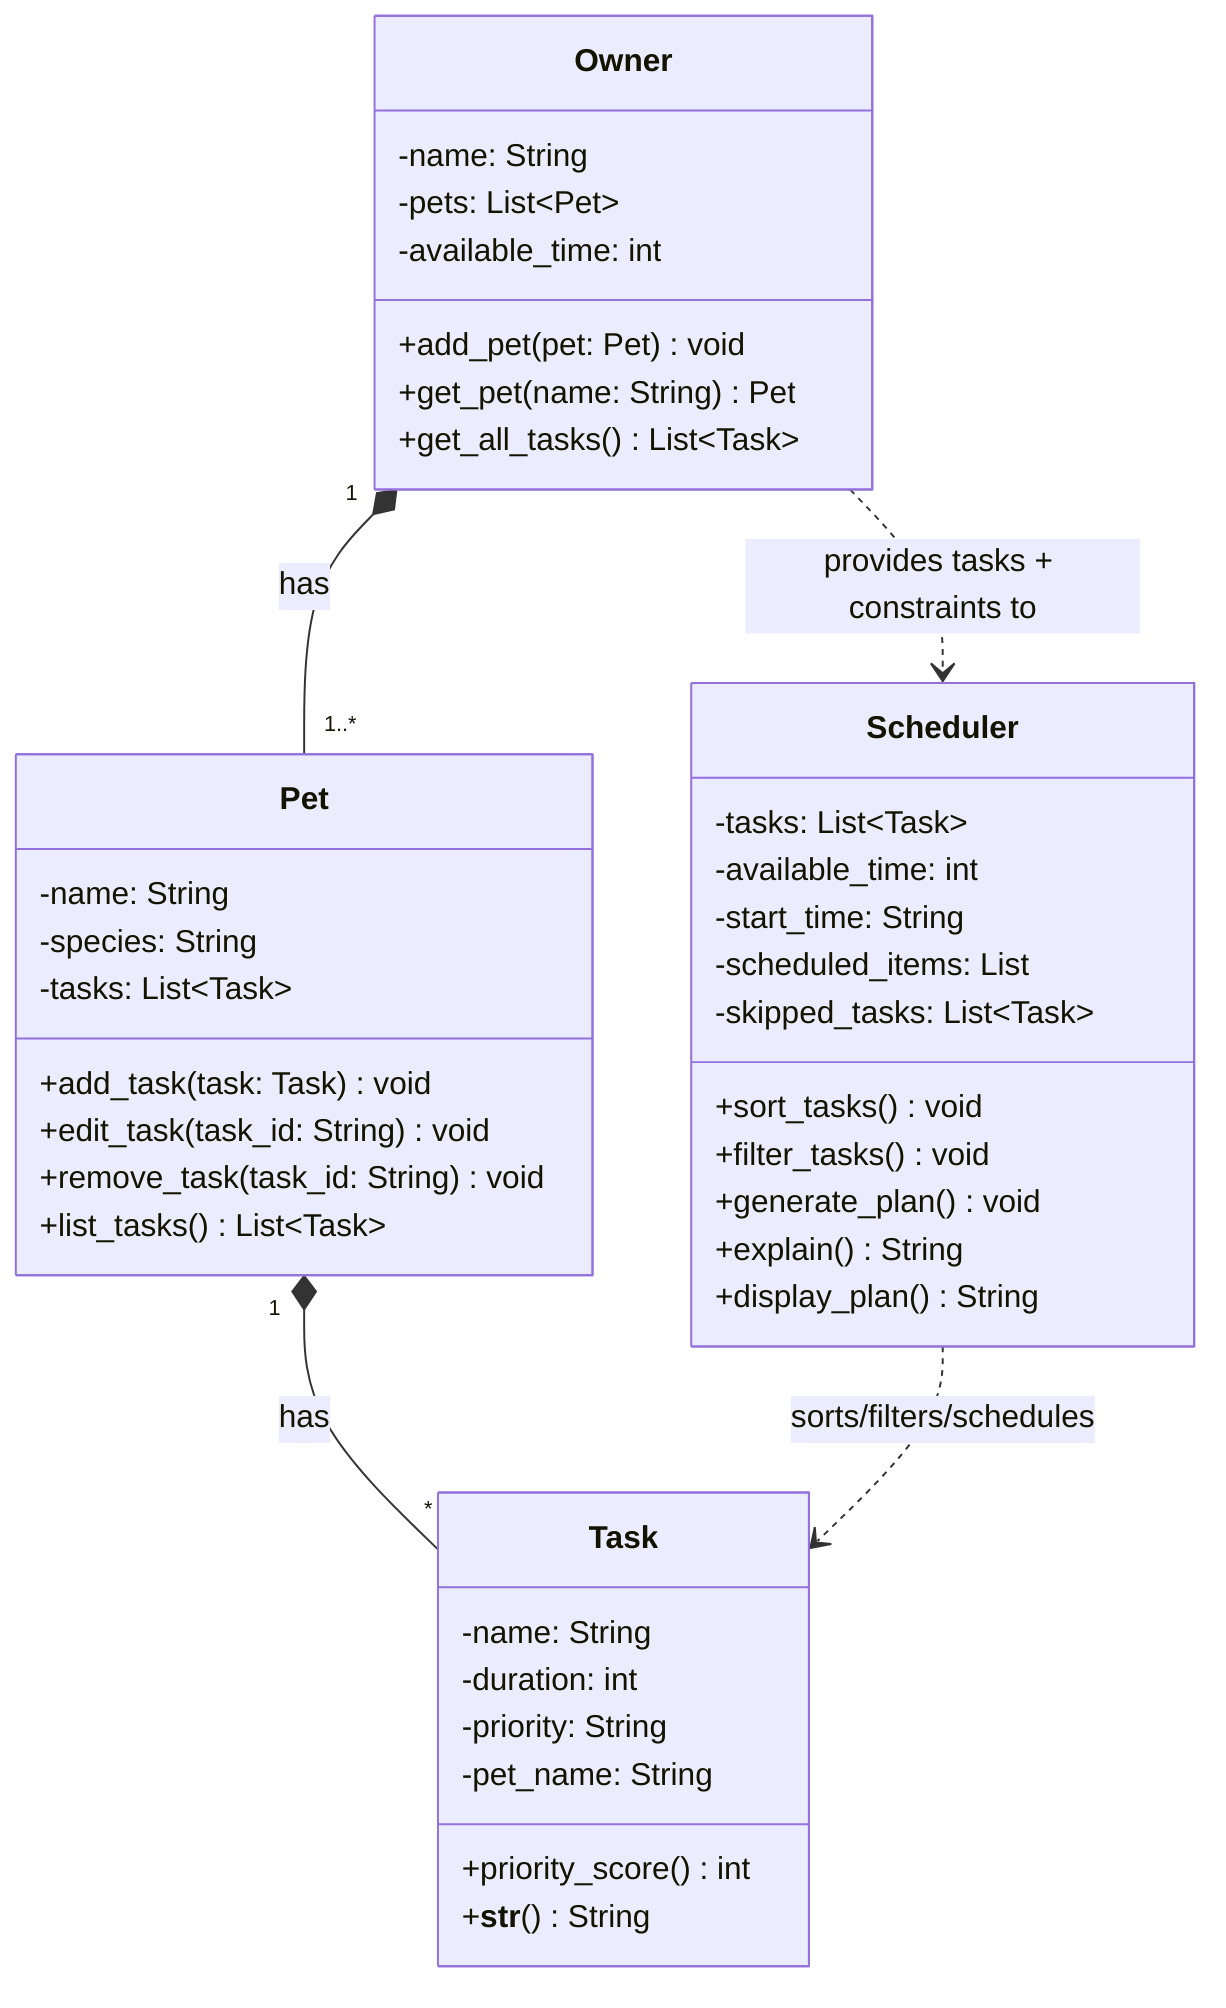
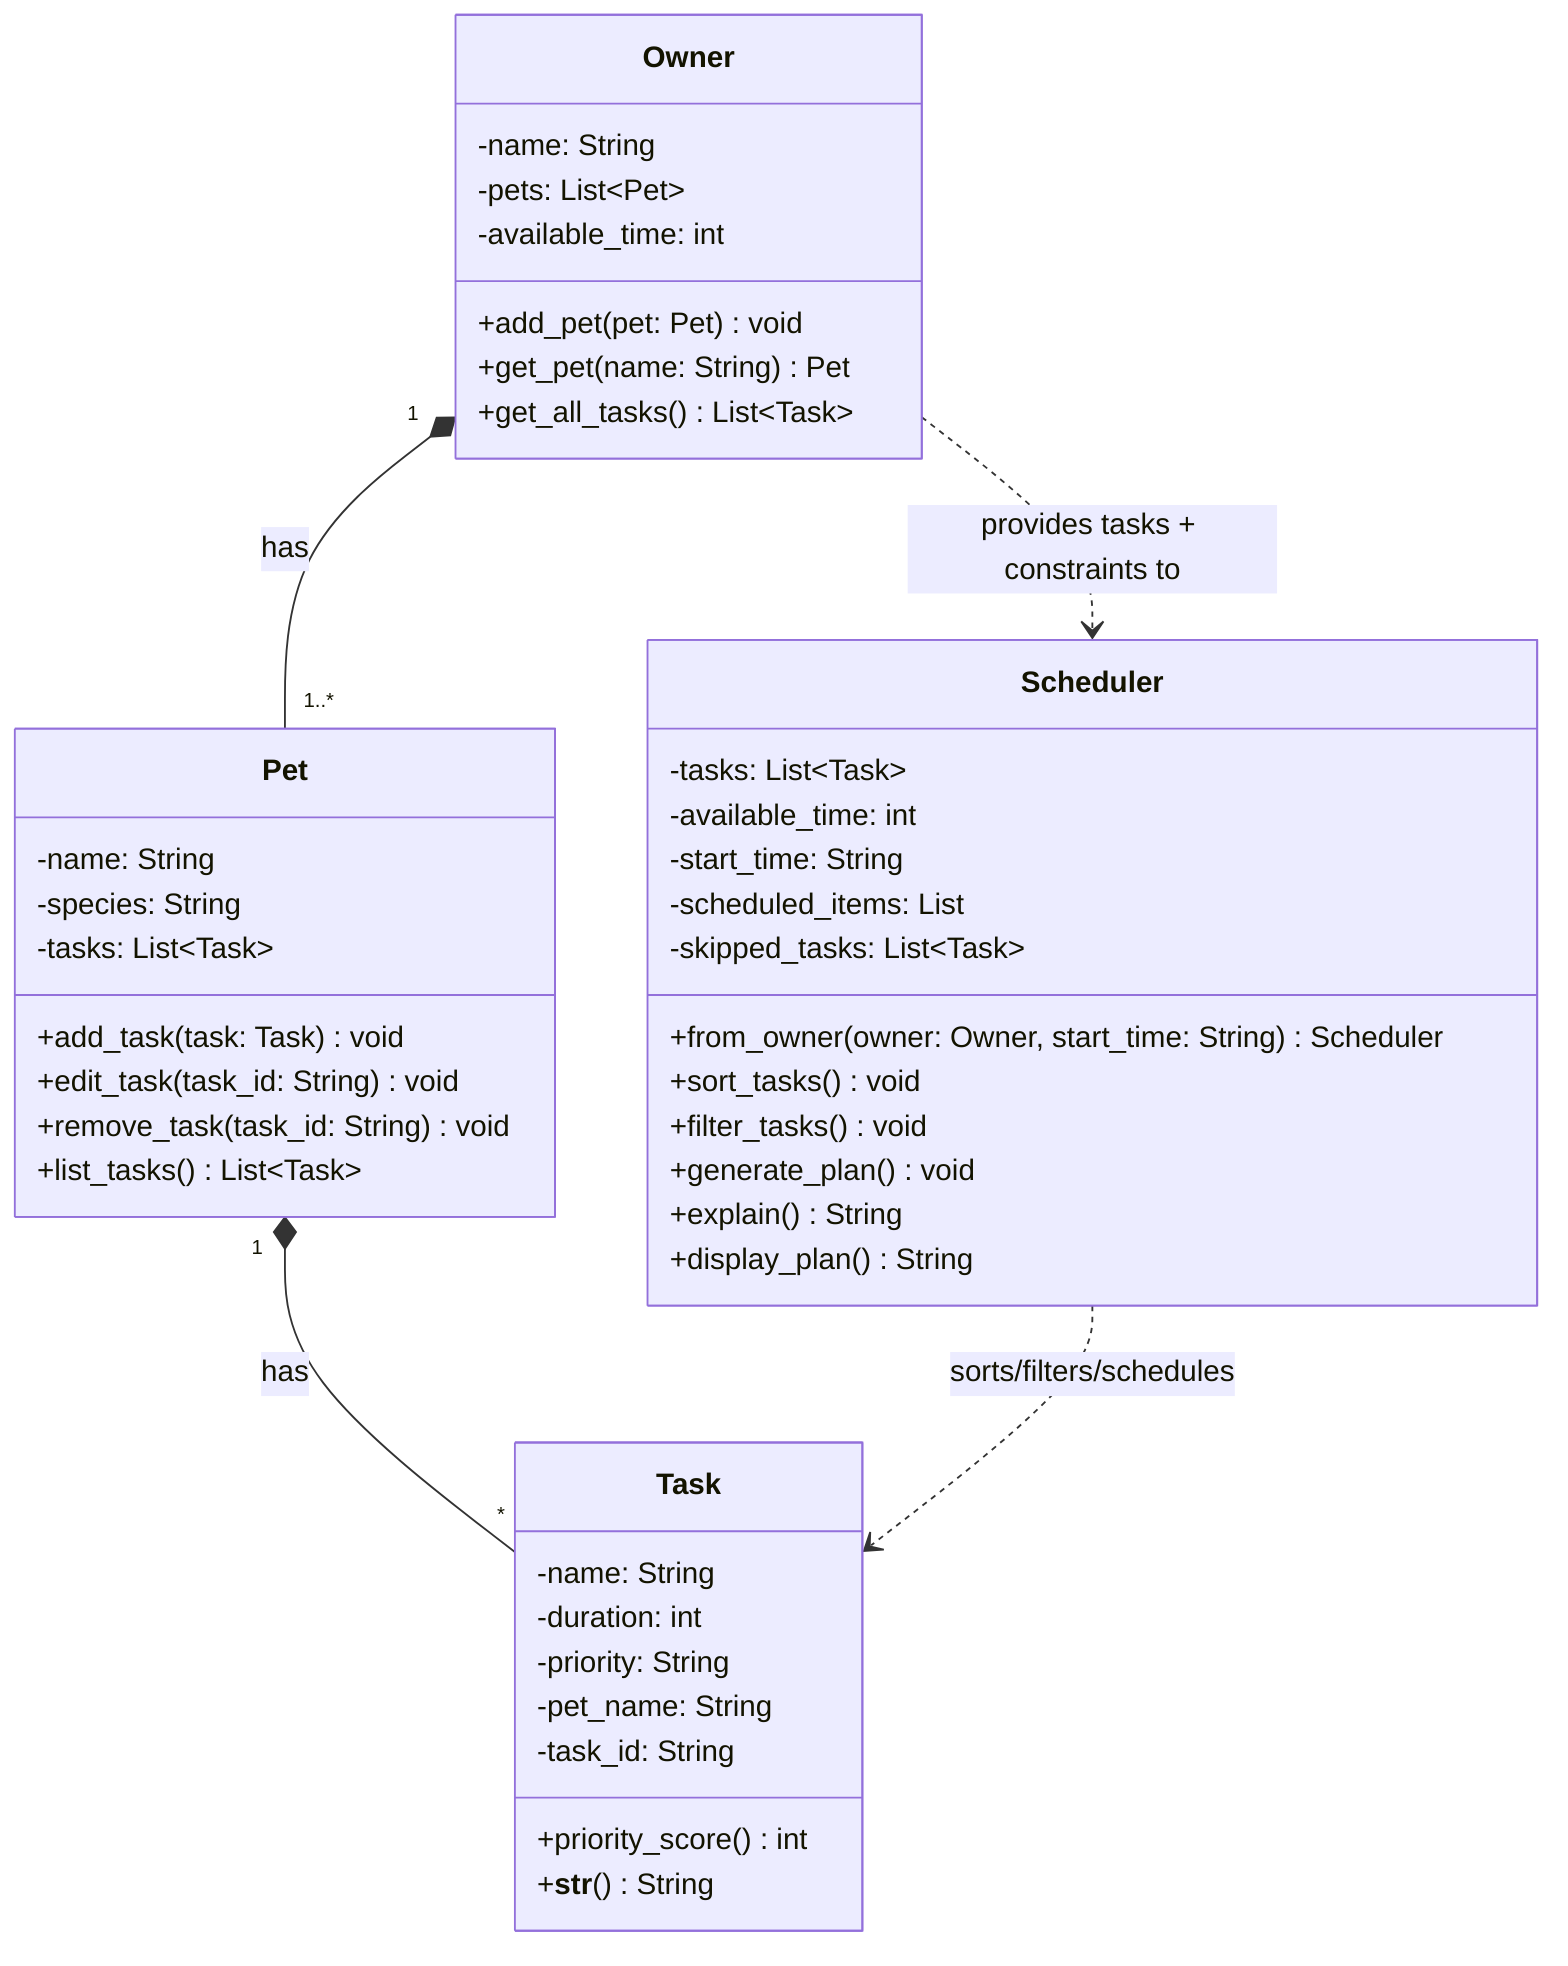
classDiagram
    class Owner {
        -name: String
        -pets: List~Pet~
        -available_time: int
        +add_pet(pet: Pet) void
        +get_pet(name: String) Pet
        +get_all_tasks() List~Task~
    }

    class Pet {
        -name: String
        -species: String
        -tasks: List~Task~
        +add_task(task: Task) void
        +edit_task(task_id: String) void
        +remove_task(task_id: String) void
        +list_tasks() List~Task~
    }

    class Task {
        -name: String
        -duration: int
        -priority: String
        -pet_name: String
+         -task_id: String
        +priority_score() int
        +__str__() String
    }

    class Scheduler {
        -tasks: List~Task~
        -available_time: int
        -start_time: String
        -scheduled_items: List
        -skipped_tasks: List~Task~
+         +from_owner(owner: Owner, start_time: String) Scheduler
        +sort_tasks() void
        +filter_tasks() void
        +generate_plan() void
        +explain() String
        +display_plan() String
    }

    Owner "1" *-- "1..*" Pet : has
    Pet "1" *-- "*" Task : has
    Owner ..> Scheduler : provides tasks + constraints to
    Scheduler ..> Task : sorts/filters/schedules
